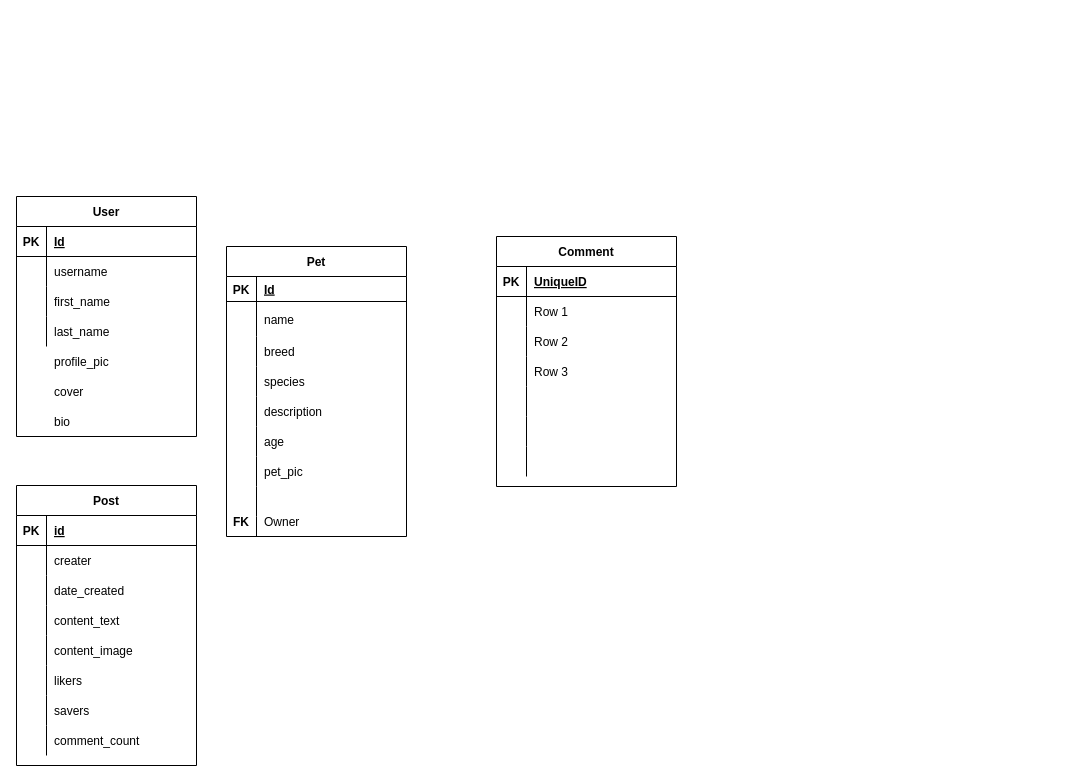
The draw.io diagram Untitled Diagram.drawio in Eduardo6446/adopt_a_pet, before the edit. Source tidied: cells renumbered, new cells numbered last; positions are measured from the earlier drawing's top-left corner, leaving out a move shared by most shapes. Both pictures are drawn from the tidied source at 100%, with x=0, y=0 at pixel (16, 196).
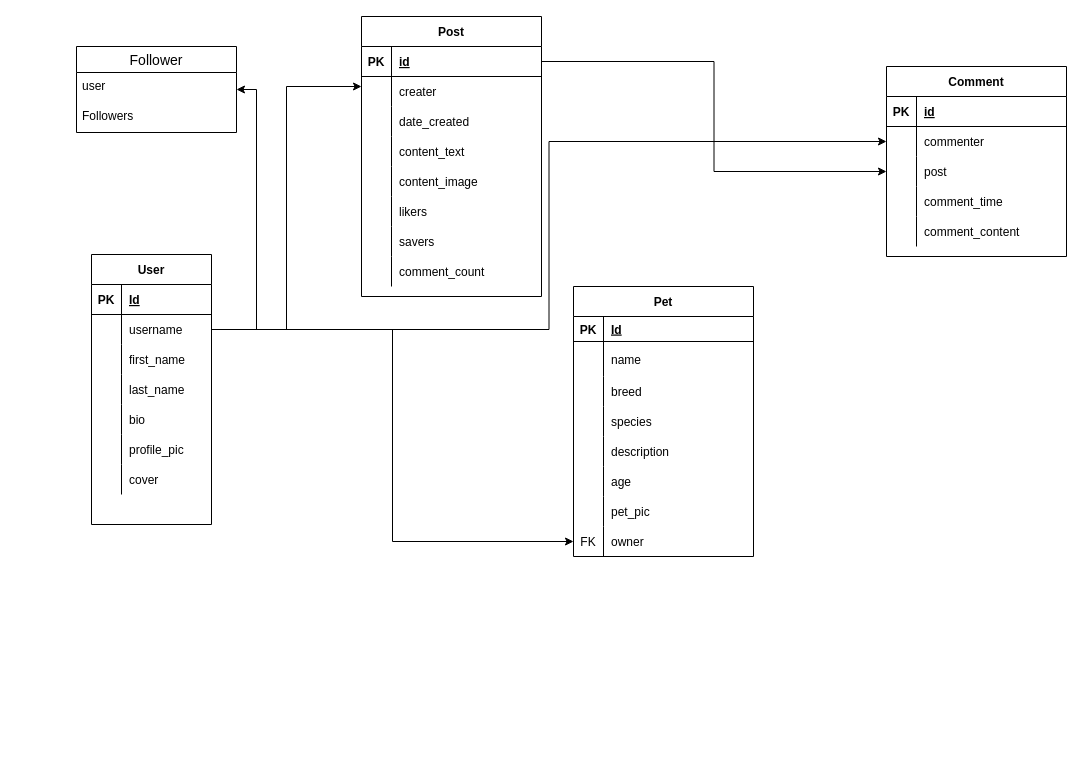
After the change.

The change refers to these unchanged cells:
```xml
<mxCell id="32" style="shape=tableRow;horizontal=0;startSize=0;swimlaneHead=0;swimlaneBody=0;fillColor=none;top=0;left=0;right=0;bottom=0;" parent="19" vertex="1">
  <mxGeometry y="150" width="180" height="30" as="geometry" />
</mxCell>
<mxCell id="35" style="shape=tableRow;horizontal=0;startSize=0;swimlaneHead=0;swimlaneBody=0;fillColor=none;top=0;left=0;right=0;bottom=0;" parent="19" vertex="1">
  <mxGeometry y="180" width="180" height="30" as="geometry" />
</mxCell>
<mxCell id="38" style="shape=tableRow;horizontal=0;startSize=0;swimlaneHead=0;swimlaneBody=0;fillColor=none;top=0;left=0;right=0;bottom=0;" parent="19" vertex="1">
  <mxGeometry y="210" width="180" height="30" as="geometry" />
</mxCell>
<mxCell id="41" style="shape=tableRow;horizontal=0;startSize=0;swimlaneHead=0;swimlaneBody=0;fillColor=none;points=[[0,0.5],[1,0.5]];portConstraint=eastwest;top=0;left=0;right=0;bottom=0;" parent="19" vertex="1">
  <mxGeometry y="240" width="180" height="30" as="geometry" />
</mxCell>
<mxCell id="55" style="shape=tableRow;horizontal=0;startSize=0;swimlaneHead=0;swimlaneBody=0;fillColor=none;points=[[0,0.5],[1,0.5]];portConstraint=eastwest;top=0;left=0;right=0;bottom=1;" parent="54" vertex="1">
  <mxGeometry y="30" width="180" height="30" as="geometry" />
</mxCell>
<mxCell id="80" style="shape=tableRow;horizontal=0;startSize=0;swimlaneHead=0;swimlaneBody=0;fillColor=none;top=0;left=0;right=0;bottom=1;" parent="79" vertex="1">
  <mxGeometry y="30" width="180" height="30" as="geometry" />
</mxCell>
<mxCell id="83" style="shape=tableRow;horizontal=0;startSize=0;swimlaneHead=0;swimlaneBody=0;fillColor=none;points=[[0,0.5],[1,0.5]];portConstraint=eastwest;top=0;left=0;right=0;bottom=0;" parent="79" vertex="1">
  <mxGeometry y="60" width="180" height="30" as="geometry" />
</mxCell>
<mxCell id="86" style="shape=tableRow;horizontal=0;startSize=0;swimlaneHead=0;swimlaneBody=0;fillColor=none;points=[[0,0.5],[1,0.5]];portConstraint=eastwest;top=0;left=0;right=0;bottom=0;" parent="79" vertex="1">
  <mxGeometry y="90" width="180" height="30" as="geometry" />
</mxCell>
<mxCell id="89" style="shape=tableRow;horizontal=0;startSize=0;swimlaneHead=0;swimlaneBody=0;fillColor=none;top=0;left=0;right=0;bottom=0;" parent="79" vertex="1">
  <mxGeometry y="120" width="180" height="30" as="geometry" />
</mxCell>
<mxCell id="92" style="shape=tableRow;horizontal=0;startSize=0;swimlaneHead=0;swimlaneBody=0;fillColor=none;top=0;left=0;right=0;bottom=0;" parent="79" vertex="1">
  <mxGeometry y="150" width="180" height="30" as="geometry" />
</mxCell>
```

Diff of the diagram source:
```diff
@@
     <mxCell id="3" value="User" style="shape=table;startSize=30;childLayout=tableLayout;rowLines=0;fontStyle=1;align=center;" parent="1" vertex="1">
-      <mxGeometry width="180" height="240" as="geometry" />
+      <mxGeometry x="75" y="58" width="120" height="270" as="geometry" />
     </mxCell>
     <mxCell id="4" style="shape=tableRow;horizontal=0;startSize=0;swimlaneHead=0;swimlaneBody=0;fillColor=none;top=0;left=0;right=0;bottom=1;" parent="3" vertex="1">
-      <mxGeometry y="30" width="180" height="30" as="geometry" />
+      <mxGeometry y="30" width="120" height="30" as="geometry" />
     </mxCell>
@@
     <mxCell id="6" value="Id" style="shape=partialRectangle;fillColor=none;top=0;left=0;bottom=0;right=0;align=left;spacingLeft=6;fontStyle=5;overflow=hidden;" parent="4" vertex="1">
-      <mxGeometry x="30" width="150" height="30" as="geometry" />
+      <mxGeometry x="30" width="90" height="30" as="geometry" />
     </mxCell>
     <mxCell id="7" style="shape=tableRow;horizontal=0;startSize=0;swimlaneHead=0;swimlaneBody=0;fillColor=none;points=[[0,0.5],[1,0.5]];portConstraint=eastwest;top=0;left=0;right=0;bottom=0;" parent="3" vertex="1">
-      <mxGeometry y="60" width="180" height="30" as="geometry" />
+      <mxGeometry y="60" width="120" height="30" as="geometry" />
     </mxCell>
@@
     <mxCell id="9" value="username" style="shape=partialRectangle;fillColor=none;top=0;left=0;bottom=0;right=0;align=left;spacingLeft=6;overflow=hidden;" parent="7" vertex="1">
-      <mxGeometry x="30" width="150" height="30" as="geometry" />
+      <mxGeometry x="30" width="90" height="30" as="geometry" />
     </mxCell>
     <mxCell id="10" style="shape=tableRow;horizontal=0;startSize=0;swimlaneHead=0;swimlaneBody=0;fillColor=none;top=0;left=0;right=0;bottom=0;" parent="3" vertex="1">
-      <mxGeometry y="90" width="180" height="30" as="geometry" />
+      <mxGeometry y="90" width="120" height="30" as="geometry" />
     </mxCell>
@@
     <mxCell id="12" value="first_name" style="shape=partialRectangle;fillColor=none;top=0;left=0;bottom=0;right=0;align=left;spacingLeft=6;overflow=hidden;" parent="10" vertex="1">
-      <mxGeometry x="30" width="150" height="30" as="geometry" />
+      <mxGeometry x="30" width="90" height="30" as="geometry" />
     </mxCell>
     <mxCell id="13" style="shape=tableRow;horizontal=0;startSize=0;swimlaneHead=0;swimlaneBody=0;fillColor=none;top=0;left=0;right=0;bottom=0;" parent="3" vertex="1">
-      <mxGeometry y="120" width="180" height="30" as="geometry" />
+      <mxGeometry y="120" width="120" height="30" as="geometry" />
     </mxCell>
@@
     <mxCell id="15" value="last_name" style="shape=partialRectangle;fillColor=none;top=0;left=0;bottom=0;right=0;align=left;spacingLeft=6;overflow=hidden;" parent="13" vertex="1">
-      <mxGeometry x="30" width="150" height="30" as="geometry" />
+      <mxGeometry x="30" width="90" height="30" as="geometry" />
     </mxCell>
+    <mxCell id="101" style="shape=tableRow;horizontal=0;startSize=0;swimlaneHead=0;swimlaneBody=0;fillColor=none;top=0;left=0;right=0;bottom=0;" parent="3" vertex="1">
+      <mxGeometry y="150" width="120" height="30" as="geometry" />
+    </mxCell>
+    <mxCell id="102" style="shape=partialRectangle;fillColor=none;top=0;left=0;bottom=0;right=0;overflow=hidden;" parent="101" vertex="1">
+      <mxGeometry width="30" height="30" as="geometry" />
+    </mxCell>
+    <mxCell id="17" value="bio" style="shape=partialRectangle;fillColor=none;top=0;left=0;bottom=0;right=0;align=left;spacingLeft=6;overflow=hidden;" parent="101" vertex="1">
+      <mxGeometry x="30" width="90" height="30" as="geometry" />
+    </mxCell>
+    <mxCell id="103" style="shape=tableRow;horizontal=0;startSize=0;swimlaneHead=0;swimlaneBody=0;fillColor=none;top=0;left=0;right=0;bottom=0;" parent="3" vertex="1">
+      <mxGeometry y="180" width="120" height="30" as="geometry" />
+    </mxCell>
+    <mxCell id="104" style="shape=partialRectangle;fillColor=none;top=0;left=0;bottom=0;right=0;overflow=hidden;" parent="103" vertex="1">
+      <mxGeometry width="30" height="30" as="geometry" />
+    </mxCell>
-    <mxCell id="16" value="profile_pic" style="shape=partialRectangle;fillColor=none;top=0;left=0;bottom=0;right=0;align=left;spacingLeft=6;overflow=hidden;" parent="1" vertex="1">
-      <mxGeometry x="30" y="150" width="150" height="30" as="geometry" />
+    <mxCell id="16" value="profile_pic" style="shape=partialRectangle;fillColor=none;top=0;left=0;bottom=0;right=0;align=left;spacingLeft=6;overflow=hidden;" parent="103" vertex="1">
+      <mxGeometry x="30" width="90" height="30" as="geometry" />
     </mxCell>
-    <mxCell id="17" value="bio" style="shape=partialRectangle;fillColor=none;top=0;left=0;bottom=0;right=0;align=left;spacingLeft=6;overflow=hidden;" parent="1" vertex="1">
-      <mxGeometry x="30" y="210" width="150" height="30" as="geometry" />
-    </mxCell>
+    <mxCell id="105" style="shape=tableRow;horizontal=0;startSize=0;swimlaneHead=0;swimlaneBody=0;fillColor=none;top=0;left=0;right=0;bottom=0;" parent="3" vertex="1">
+      <mxGeometry y="210" width="120" height="30" as="geometry" />
+    </mxCell>
+    <mxCell id="106" style="shape=partialRectangle;fillColor=none;top=0;left=0;bottom=0;right=0;overflow=hidden;" parent="105" vertex="1">
+      <mxGeometry width="30" height="30" as="geometry" />
+    </mxCell>
-    <mxCell id="18" value="cover" style="shape=partialRectangle;fillColor=none;top=0;left=0;bottom=0;right=0;align=left;spacingLeft=6;overflow=hidden;" parent="1" vertex="1">
-      <mxGeometry x="30" y="180" width="150" height="30" as="geometry" />
+    <mxCell id="18" value="cover" style="shape=partialRectangle;fillColor=none;top=0;left=0;bottom=0;right=0;align=left;spacingLeft=6;overflow=hidden;" parent="105" vertex="1">
+      <mxGeometry x="30" width="90" height="30" as="geometry" />
     </mxCell>
     <mxCell id="19" value="Pet" style="shape=table;startSize=30;childLayout=tableLayout;rowLines=0;fontStyle=1;align=center;" parent="1" vertex="1">
-      <mxGeometry x="210" y="50" width="180" height="290" as="geometry" />
+      <mxGeometry x="557" y="90" width="180" height="270" as="geometry" />
     </mxCell>
@@
-    <mxCell id="34" style="shape=partialRectangle;fillColor=none;top=0;left=0;bottom=0;right=0;align=left;spacingLeft=6;overflow=hidden;" parent="32" vertex="1">
+    <mxCell id="34" value="description" style="shape=partialRectangle;fillColor=none;top=0;left=0;bottom=0;right=0;align=left;spacingLeft=6;overflow=hidden;" parent="32" vertex="1">
       <mxGeometry x="30" width="150" height="30" as="geometry" />
     </mxCell>
@@
-    <mxCell id="37" style="shape=partialRectangle;fillColor=none;top=0;left=0;bottom=0;right=0;align=left;spacingLeft=6;overflow=hidden;" parent="35" vertex="1">
+    <mxCell id="37" value="age" style="shape=partialRectangle;fillColor=none;top=0;left=0;bottom=0;right=0;align=left;spacingLeft=6;overflow=hidden;" parent="35" vertex="1">
       <mxGeometry x="30" width="150" height="30" as="geometry" />
     </mxCell>
@@
-    <mxCell id="40" style="shape=partialRectangle;fillColor=none;top=0;left=0;bottom=0;right=0;align=left;spacingLeft=6;overflow=hidden;" parent="38" vertex="1">
+    <mxCell id="40" value="pet_pic" style="shape=partialRectangle;fillColor=none;top=0;left=0;bottom=0;right=0;align=left;spacingLeft=6;overflow=hidden;" parent="38" vertex="1">
       <mxGeometry x="30" width="150" height="30" as="geometry" />
     </mxCell>
@@
-    <mxCell id="42" style="shape=partialRectangle;fillColor=none;top=0;left=0;bottom=0;right=0;overflow=hidden;" parent="41" vertex="1">
+    <mxCell id="42" value="FK" style="shape=partialRectangle;fillColor=none;top=0;left=0;bottom=0;right=0;overflow=hidden;" parent="41" vertex="1">
       <mxGeometry width="30" height="30" as="geometry" />
     </mxCell>
-    <mxCell id="43" style="shape=partialRectangle;fillColor=none;top=0;left=0;bottom=0;right=0;align=left;spacingLeft=6;overflow=hidden;" parent="41" vertex="1">
+    <mxCell id="43" value="owner" style="shape=partialRectangle;fillColor=none;top=0;left=0;bottom=0;right=0;align=left;spacingLeft=6;overflow=hidden;" parent="41" vertex="1">
       <mxGeometry x="30" width="150" height="30" as="geometry" />
     </mxCell>
-    <mxCell id="44" style="shape=tableRow;horizontal=0;startSize=0;swimlaneHead=0;swimlaneBody=0;fillColor=none;top=0;left=0;right=0;bottom=0;" parent="19" vertex="1">
-      <mxGeometry y="270" width="180" height="20" as="geometry" />
-    </mxCell>
-    <mxCell id="45" style="shape=partialRectangle;fillColor=none;top=0;left=0;bottom=0;right=0;overflow=hidden;" parent="44" vertex="1">
-      <mxGeometry width="30" height="20" as="geometry" />
-    </mxCell>
-    <mxCell id="46" style="shape=partialRectangle;fillColor=none;top=0;left=0;bottom=0;right=0;align=left;spacingLeft=6;overflow=hidden;" parent="44" vertex="1">
-      <mxGeometry x="30" width="150" height="20" as="geometry" />
-    </mxCell>
-    <mxCell id="47" style="shape=tableRow;horizontal=0;startSize=0;swimlaneHead=0;swimlaneBody=0;fillColor=none;top=0;left=0;right=0;bottom=0;" parent="1" vertex="1">
-      <mxGeometry x="210" y="200" width="180" height="30" as="geometry" />
-    </mxCell>
-    <mxCell id="48" style="shape=partialRectangle;fillColor=none;top=0;left=0;bottom=0;right=0;overflow=hidden;" parent="47" vertex="1">
-      <mxGeometry width="30" height="30" as="geometry" />
-    </mxCell>
-    <mxCell id="49" value="description" style="shape=partialRectangle;fillColor=none;top=0;left=0;bottom=0;right=0;align=left;spacingLeft=6;overflow=hidden;" parent="47" vertex="1">
-      <mxGeometry x="30" width="150" height="30" as="geometry" />
-    </mxCell>
-    <mxCell id="50" value="age" style="shape=partialRectangle;fillColor=none;top=0;left=0;bottom=0;right=0;align=left;spacingLeft=6;overflow=hidden;" parent="1" vertex="1">
-      <mxGeometry x="240" y="230" width="150" height="30" as="geometry" />
-    </mxCell>
-    <mxCell id="51" value="pet_pic" style="shape=partialRectangle;fillColor=none;top=0;left=0;bottom=0;right=0;align=left;spacingLeft=6;overflow=hidden;" parent="1" vertex="1">
-      <mxGeometry x="240" y="260" width="150" height="30" as="geometry" />
-    </mxCell>
-    <mxCell id="52" value="Owner" style="shape=partialRectangle;fillColor=none;top=0;left=0;bottom=0;right=0;align=left;spacingLeft=6;overflow=hidden;" parent="1" vertex="1">
-      <mxGeometry x="240" y="310" width="150" height="30" as="geometry" />
-    </mxCell>
-    <mxCell id="53" value="FK" style="shape=partialRectangle;fillColor=none;top=0;left=0;bottom=0;right=0;fontStyle=1;overflow=hidden;" parent="1" vertex="1">
-      <mxGeometry x="210" y="310" width="30" height="30" as="geometry" />
-    </mxCell>
     <mxCell id="54" value="Post" style="shape=table;startSize=30;childLayout=tableLayout;rowLines=0;fontStyle=1;align=center;" parent="1" vertex="1">
-      <mxGeometry y="289" width="180" height="280" as="geometry" />
+      <mxGeometry x="345" y="-180" width="180" height="280" as="geometry" />
     </mxCell>
@@
     <mxCell id="79" value="Comment" style="shape=table;startSize=30;childLayout=tableLayout;rowLines=0;fontStyle=1;align=center;" parent="1" vertex="1">
-      <mxGeometry x="480" y="40" width="180" height="250" as="geometry" />
+      <mxGeometry x="870" y="-130" width="180" height="190" as="geometry" />
     </mxCell>
@@
-    <mxCell id="82" value="UniqueID" style="shape=partialRectangle;fillColor=none;top=0;left=0;bottom=0;right=0;align=left;spacingLeft=6;fontStyle=5;overflow=hidden;" parent="80" vertex="1">
+    <mxCell id="82" value="id" style="shape=partialRectangle;fillColor=none;top=0;left=0;bottom=0;right=0;align=left;spacingLeft=6;fontStyle=5;overflow=hidden;" parent="80" vertex="1">
       <mxGeometry x="30" width="150" height="30" as="geometry" />
     </mxCell>
@@
-    <mxCell id="85" value="Row 1" style="shape=partialRectangle;fillColor=none;top=0;left=0;bottom=0;right=0;align=left;spacingLeft=6;overflow=hidden;" parent="83" vertex="1">
+    <mxCell id="85" value="commenter" style="shape=partialRectangle;fillColor=none;top=0;left=0;bottom=0;right=0;align=left;spacingLeft=6;overflow=hidden;" parent="83" vertex="1">
       <mxGeometry x="30" width="150" height="30" as="geometry" />
     </mxCell>
@@
-    <mxCell id="88" value="Row 2" style="shape=partialRectangle;fillColor=none;top=0;left=0;bottom=0;right=0;align=left;spacingLeft=6;overflow=hidden;" parent="86" vertex="1">
+    <mxCell id="88" value="post" style="shape=partialRectangle;fillColor=none;top=0;left=0;bottom=0;right=0;align=left;spacingLeft=6;overflow=hidden;" parent="86" vertex="1">
       <mxGeometry x="30" width="150" height="30" as="geometry" />
     </mxCell>
@@
-    <mxCell id="91" value="Row 3" style="shape=partialRectangle;fillColor=none;top=0;left=0;bottom=0;right=0;align=left;spacingLeft=6;overflow=hidden;" parent="89" vertex="1">
+    <mxCell id="91" value="comment_time" style="shape=partialRectangle;fillColor=none;top=0;left=0;bottom=0;right=0;align=left;spacingLeft=6;overflow=hidden;" parent="89" vertex="1">
       <mxGeometry x="30" width="150" height="30" as="geometry" />
     </mxCell>
@@
-    <mxCell id="94" style="shape=partialRectangle;fillColor=none;top=0;left=0;bottom=0;right=0;align=left;spacingLeft=6;overflow=hidden;" parent="92" vertex="1">
+    <mxCell id="94" value="comment_content" style="shape=partialRectangle;fillColor=none;top=0;left=0;bottom=0;right=0;align=left;spacingLeft=6;overflow=hidden;" parent="92" vertex="1">
       <mxGeometry x="30" width="150" height="30" as="geometry" />
     </mxCell>
-    <mxCell id="95" style="shape=tableRow;horizontal=0;startSize=0;swimlaneHead=0;swimlaneBody=0;fillColor=none;top=0;left=0;right=0;bottom=0;" parent="79" vertex="1">
-      <mxGeometry y="180" width="180" height="30" as="geometry" />
-    </mxCell>
-    <mxCell id="96" style="shape=partialRectangle;fillColor=none;top=0;left=0;bottom=0;right=0;overflow=hidden;" parent="95" vertex="1">
-      <mxGeometry width="30" height="30" as="geometry" />
-    </mxCell>
-    <mxCell id="97" style="shape=partialRectangle;fillColor=none;top=0;left=0;bottom=0;right=0;align=left;spacingLeft=6;overflow=hidden;" parent="95" vertex="1">
-      <mxGeometry x="30" width="150" height="30" as="geometry" />
-    </mxCell>
-    <mxCell id="98" style="shape=tableRow;horizontal=0;startSize=0;swimlaneHead=0;swimlaneBody=0;fillColor=none;top=0;left=0;right=0;bottom=0;" parent="79" vertex="1">
-      <mxGeometry y="210" width="180" height="30" as="geometry" />
-    </mxCell>
-    <mxCell id="99" style="shape=partialRectangle;fillColor=none;top=0;left=0;bottom=0;right=0;overflow=hidden;" parent="98" vertex="1">
-      <mxGeometry width="30" height="30" as="geometry" />
-    </mxCell>
-    <mxCell id="100" style="shape=partialRectangle;fillColor=none;top=0;left=0;bottom=0;right=0;align=left;spacingLeft=6;overflow=hidden;" parent="98" vertex="1">
-      <mxGeometry x="30" width="150" height="30" as="geometry" />
-    </mxCell>
+    <mxCell id="107" value="Follower" style="swimlane;fontStyle=0;horizontal=1;startSize=26;align=center;fontSize=14;" parent="1" vertex="1">
+      <mxGeometry x="60" y="-150" width="160" height="86" as="geometry" />
+    </mxCell>
+    <mxCell id="108" value="user" style="text;strokeColor=none;fillColor=none;spacingLeft=4;spacingRight=4;overflow=hidden;fontSize=12;" parent="107" vertex="1">
+      <mxGeometry y="26" width="160" height="30" as="geometry" />
+    </mxCell>
+    <mxCell id="109" value="Followers" style="text;strokeColor=none;fillColor=none;spacingLeft=4;spacingRight=4;overflow=hidden;fontSize=12;" parent="107" vertex="1">
+      <mxGeometry y="56" width="160" height="30" as="geometry" />
+    </mxCell>
+    <mxCell id="110" style="edgeStyle=orthogonalEdgeStyle;rounded=0;jettySize=auto;html=1;exitX=1;exitY=0.5;exitDx=0;exitDy=0;entryX=0;entryY=0.5;entryDx=0;entryDy=0;" parent="1" edge="1" source="7" target="83">
+      <mxGeometry relative="1" as="geometry" />
+    </mxCell>
+    <mxCell id="111" style="edgeStyle=orthogonalEdgeStyle;rounded=0;jettySize=auto;html=1;exitX=1;exitY=0.5;exitDx=0;exitDy=0;entryX=0;entryY=0.25;entryDx=0;entryDy=0;" parent="1" edge="1" source="7" target="54">
+      <mxGeometry relative="1" as="geometry" />
+    </mxCell>
+    <mxCell id="112" style="edgeStyle=orthogonalEdgeStyle;rounded=0;jettySize=auto;html=1;exitX=1;exitY=0.5;exitDx=0;exitDy=0;entryX=0;entryY=0.5;entryDx=0;entryDy=0;" parent="1" edge="1" source="7" target="41">
+      <mxGeometry relative="1" as="geometry" />
+    </mxCell>
+    <mxCell id="113" style="edgeStyle=orthogonalEdgeStyle;rounded=0;jettySize=auto;html=1;exitX=1;exitY=0.5;exitDx=0;exitDy=0;entryX=1;entryY=0.5;entryDx=0;entryDy=0;" parent="1" edge="1" source="7" target="107">
+      <mxGeometry relative="1" as="geometry" />
+    </mxCell>
+    <mxCell id="114" style="edgeStyle=orthogonalEdgeStyle;rounded=0;jettySize=auto;html=1;exitX=1;exitY=0.5;exitDx=0;exitDy=0;entryX=0;entryY=0.5;entryDx=0;entryDy=0;" parent="1" edge="1" source="55" target="86">
+      <mxGeometry relative="1" as="geometry" />
+    </mxCell>
```
